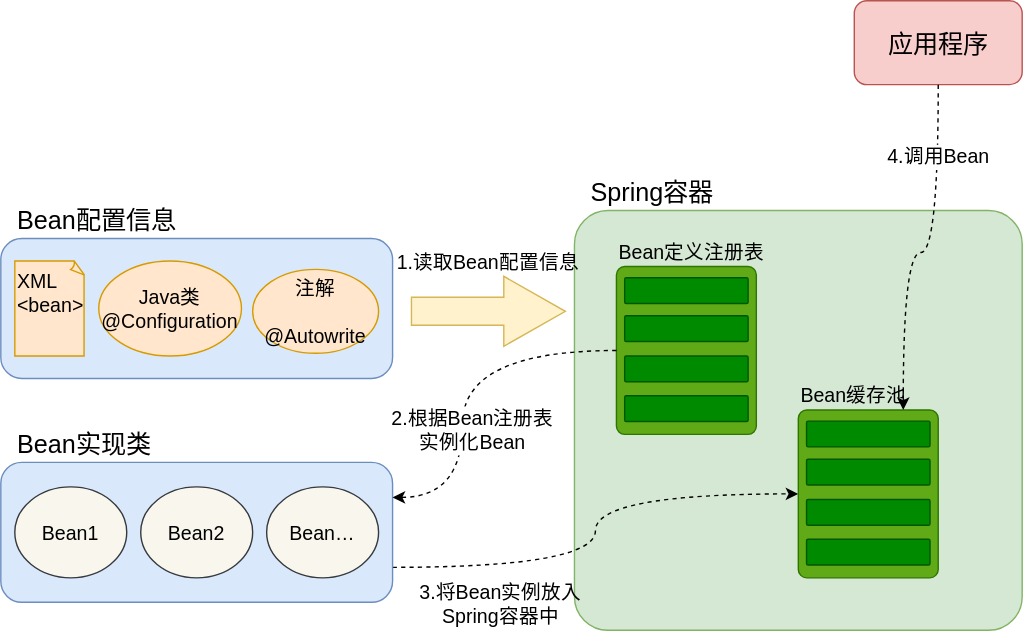
Before: Java/Spring/SpringIOC详解/SpringBean调用简图.drawio.svg, a diagram exported from draw.io (Developer-Tang/notes). Source tidied: cells renumbered, new cells last; positions are measured from the earlier drawing's top-left corner, leaving out a move shared by most shapes.
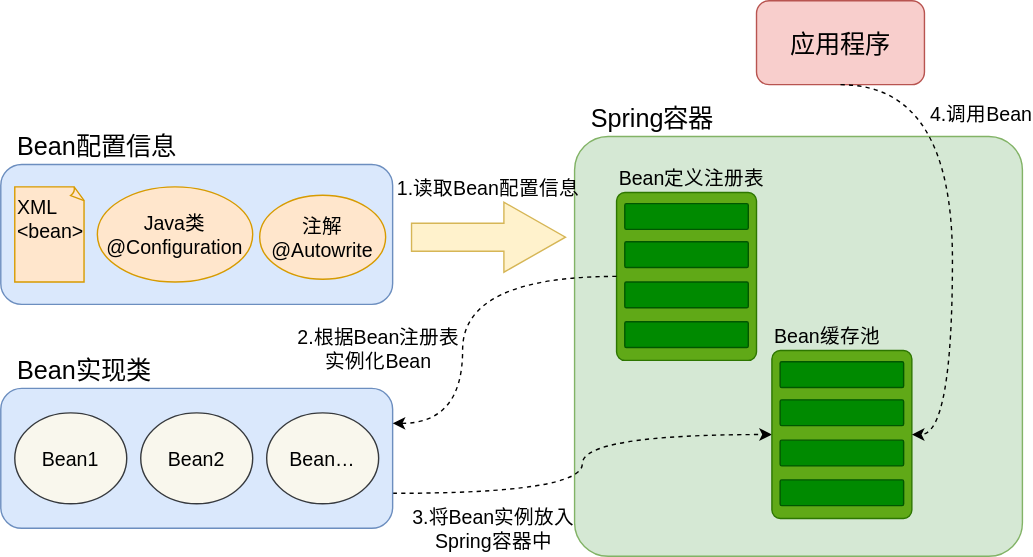
After the change.

What changed in the source:
```diff
@@ -2,13 +2,13 @@
   <root>
     <mxCell id="0" />
     <mxCell id="1" parent="0" />
-    <mxCell id="2" value="Spring容器" style="rounded=1;fontSize=18;arcSize=8;fillColor=#d5e8d4;strokeColor=#82b366;spacingLeft=10;spacingTop=-30;align=left;verticalAlign=top;" parent="1" vertex="1">
+    <mxCell id="2" value="Spring容器" style="rounded=1;fontSize=18;arcSize=8;fillColor=#d5e8d4;strokeColor=#82b366;spacingLeft=10;spacingTop=-30;align=left;verticalAlign=top;labelBackgroundColor=none;" parent="1" vertex="1">
       <mxGeometry x="410" y="150" width="320" height="300" as="geometry" />
     </mxCell>
     <mxCell id="3" value="Bean配置信息" style="rounded=1;fontSize=18;verticalAlign=top;spacingBottom=0;spacingTop=-30;labelBackgroundColor=none;fillColor=#dae8fc;strokeColor=#6c8ebf;labelBorderColor=none;horizontal=1;fontStyle=0;align=left;spacingRight=0;spacingLeft=10;" parent="1" vertex="1">
       <mxGeometry y="170" width="280" height="100" as="geometry" />
     </mxCell>
-    <mxCell id="4" style="edgeStyle=orthogonalEdgeStyle;curved=1;rounded=0;jettySize=auto;exitX=1;exitY=0.75;exitDx=0;exitDy=0;entryX=0;entryY=0.5;entryDx=0;entryDy=0;dashed=1;fontSize=14;fontColor=#000000;strokeWidth=1;" parent="1" edge="1" source="6" target="18">
+    <mxCell id="4" style="edgeStyle=orthogonalEdgeStyle;curved=1;rounded=0;jettySize=auto;exitX=1;exitY=0.75;exitDx=0;exitDy=0;entryX=0;entryY=0.5;entryDx=0;entryDy=0;dashed=1;fontSize=14;fontColor=#000000;strokeWidth=1;labelBackgroundColor=none;" parent="1" edge="1" source="6" target="18">
       <mxGeometry relative="1" as="geometry" />
     </mxCell>
     <mxCell id="5" value="3.将Bean实例放入&#10;Spring容器中" style="edgeLabel;align=center;verticalAlign=middle;fontSize=14;fontColor=#000000;labelBackgroundColor=none;" parent="4" vertex="1">
@@ -16,22 +16,22 @@
         <mxPoint x="15" y="26" as="offset" />
       </mxGeometry>
     </mxCell>
-    <mxCell id="6" value="Bean实现类" style="rounded=1;fontSize=18;spacingTop=-30;spacingLeft=10;align=left;verticalAlign=top;fillColor=#dae8fc;strokeColor=#6c8ebf;" parent="1" vertex="1">
+    <mxCell id="6" value="Bean实现类" style="rounded=1;fontSize=18;spacingTop=-30;spacingLeft=10;align=left;verticalAlign=top;fillColor=#dae8fc;strokeColor=#6c8ebf;labelBackgroundColor=none;" parent="1" vertex="1">
       <mxGeometry y="330" width="280" height="100" as="geometry" />
     </mxCell>
     <mxCell id="7" value="1.读取Bean配置信息" style="shape=singleArrow;arrowWidth=0.4;arrowSize=0.4;labelBackgroundColor=none;fontSize=14;align=center;verticalAlign=bottom;spacingTop=0;fillColor=#fff2cc;strokeColor=#d6b656;labelPosition=center;verticalLabelPosition=top;" parent="1" vertex="1">
       <mxGeometry x="293.5" y="197" width="110" height="50" as="geometry" />
     </mxCell>
-    <mxCell id="8" style="group;fontSize=14;" parent="1" vertex="1">
+    <mxCell id="8" style="group;fontSize=14;labelBackgroundColor=none;" parent="1" vertex="1">
       <mxGeometry x="440" y="190" width="100" height="120" as="geometry" />
     </mxCell>
-    <mxCell id="9" style="group;" parent="8" vertex="1">
+    <mxCell id="9" style="group;labelBackgroundColor=none;" parent="8" vertex="1">
       <mxGeometry width="100" height="120" as="geometry" />
     </mxCell>
     <mxCell id="10" value="Bean定义注册表" style="rounded=1;labelBackgroundColor=none;fontSize=14;align=left;verticalAlign=bottom;arcSize=6;fillColor=#60a917;strokeColor=#2D7600;fontColor=#000000;labelPosition=center;verticalLabelPosition=top;spacingLeft=0;" parent="9" vertex="1">
       <mxGeometry width="100" height="120" as="geometry" />
     </mxCell>
-    <mxCell id="11" style="group;" parent="9" vertex="1">
+    <mxCell id="11" style="group;labelBackgroundColor=none;" parent="9" vertex="1">
       <mxGeometry x="5.9" y="8" width="88.2" height="102.8" as="geometry" />
     </mxCell>
     <mxCell id="12" style="rounded=1;labelBackgroundColor=none;fontSize=12;align=left;verticalAlign=top;arcSize=6;fillColor=#008a00;strokeColor=#005700;fontColor=#000000;" parent="11" vertex="1">
@@ -46,16 +46,16 @@
     <mxCell id="15" style="rounded=1;labelBackgroundColor=none;fontSize=12;align=left;verticalAlign=top;arcSize=6;fillColor=#008a00;strokeColor=#005700;fontColor=#000000;" parent="11" vertex="1">
       <mxGeometry y="84.4" width="88.2" height="18.4" as="geometry" />
     </mxCell>
-    <mxCell id="16" style="group;fontSize=14;" parent="1" vertex="1">
-      <mxGeometry x="570" y="292.5" width="100" height="120" as="geometry" />
+    <mxCell id="16" style="group;fontSize=14;labelBackgroundColor=none;" parent="1" vertex="1">
+      <mxGeometry x="551" y="303" width="100" height="120" as="geometry" />
     </mxCell>
-    <mxCell id="17" style="group;" parent="16" vertex="1">
+    <mxCell id="17" style="group;labelBackgroundColor=none;" parent="16" vertex="1">
       <mxGeometry width="100" height="120" as="geometry" />
     </mxCell>
     <mxCell id="18" value="Bean缓存池" style="rounded=1;labelBackgroundColor=none;fontSize=14;align=left;verticalAlign=bottom;arcSize=6;fillColor=#60a917;strokeColor=#2D7600;fontColor=#000000;labelPosition=center;verticalLabelPosition=top;spacingLeft=0;" parent="17" vertex="1">
       <mxGeometry width="100" height="120" as="geometry" />
     </mxCell>
-    <mxCell id="19" style="group;" parent="17" vertex="1">
+    <mxCell id="19" style="group;labelBackgroundColor=none;" parent="17" vertex="1">
       <mxGeometry x="5.9" y="8" width="88.2" height="102.8" as="geometry" />
     </mxCell>
     <mxCell id="20" style="rounded=1;labelBackgroundColor=none;fontSize=12;align=left;verticalAlign=top;arcSize=6;fillColor=#008a00;strokeColor=#005700;fontColor=#000000;" parent="19" vertex="1">
@@ -74,10 +74,10 @@
       <mxGeometry x="10" y="186" width="50" height="68" as="geometry" />
     </mxCell>
     <mxCell id="25" value="Java类&#10;@Configuration" style="ellipse;labelBackgroundColor=none;fontSize=14;align=center;verticalAlign=middle;fillColor=#ffe6cc;strokeColor=#d79b00;" parent="1" vertex="1">
-      <mxGeometry x="70" y="186" width="102" height="68" as="geometry" />
+      <mxGeometry x="69" y="186" width="111" height="68" as="geometry" />
     </mxCell>
-    <mxCell id="26" value="注解&#10;&#10;@Autowrite" style="ellipse;labelBackgroundColor=none;fontSize=14;align=center;verticalAlign=middle;fillColor=#ffe6cc;strokeColor=#d79b00;" parent="1" vertex="1">
-      <mxGeometry x="180" y="192" width="90" height="60" as="geometry" />
+    <mxCell id="26" value="注解&#10;@Autowrite" style="ellipse;labelBackgroundColor=none;fontSize=14;align=center;verticalAlign=middle;fillColor=#ffe6cc;strokeColor=#d79b00;" parent="1" vertex="1">
+      <mxGeometry x="185" y="192" width="90" height="60" as="geometry" />
     </mxCell>
     <mxCell id="27" value="Bean1" style="ellipse;labelBackgroundColor=none;fontSize=14;align=center;verticalAlign=middle;fillColor=#f9f7ed;strokeColor=#36393d;" parent="1" vertex="1">
       <mxGeometry x="10" y="347.5" width="80" height="65" as="geometry" />
@@ -88,10 +88,7 @@
     <mxCell id="29" value="Bean…" style="ellipse;labelBackgroundColor=none;fontSize=14;align=center;verticalAlign=middle;fillColor=#f9f7ed;strokeColor=#36393d;" parent="1" vertex="1">
       <mxGeometry x="190" y="347.5" width="80" height="65" as="geometry" />
     </mxCell>
-    <mxCell id="30" style="edgeStyle=orthogonalEdgeStyle;rounded=0;jettySize=auto;exitX=0;exitY=0.5;exitDx=0;exitDy=0;entryX=0.75;entryY=0;entryDx=0;entryDy=0;fontSize=14;fontColor=#000000;strokeColor=none;curved=1;dashed=1;strokeWidth=3;" parent="1" edge="1" source="10" target="6">
-      <mxGeometry relative="1" as="geometry" />
-    </mxCell>
-    <mxCell id="31" style="edgeStyle=orthogonalEdgeStyle;curved=1;rounded=0;jettySize=auto;exitX=0;exitY=0.5;exitDx=0;exitDy=0;entryX=1;entryY=0.25;entryDx=0;entryDy=0;dashed=1;fontSize=14;fontColor=#000000;strokeWidth=1;" parent="1" edge="1" source="10" target="6">
+    <mxCell id="31" style="edgeStyle=orthogonalEdgeStyle;curved=1;rounded=0;jettySize=auto;exitX=0;exitY=0.5;exitDx=0;exitDy=0;entryX=1;entryY=0.25;entryDx=0;entryDy=0;dashed=1;fontSize=14;fontColor=#000000;strokeWidth=1;labelBackgroundColor=none;" parent="1" edge="1" source="10" target="6">
       <mxGeometry relative="1" as="geometry">
         <Array as="points">
           <mxPoint x="330" y="250" />
@@ -99,25 +96,25 @@
         </Array>
       </mxGeometry>
     </mxCell>
-    <mxCell id="32" value="2.根据Bean注册表&#10;实例化Bean" style="edgeLabel;align=center;verticalAlign=middle;fontSize=14;fontColor=#000000;" parent="31" vertex="1">
+    <mxCell id="32" value="2.根据Bean注册表&#10;实例化Bean" style="edgeLabel;align=center;verticalAlign=middle;fontSize=14;fontColor=#000000;labelBackgroundColor=none;" parent="31" vertex="1">
       <mxGeometry x="0.13" y="-7" relative="1" as="geometry">
-        <mxPoint x="14" y="17" as="offset" />
+        <mxPoint x="-53" y="12" as="offset" />
       </mxGeometry>
     </mxCell>
-    <mxCell id="33" value="应用程序" style="rounded=1;fillColor=#f8cecc;strokeColor=#b85450;fontSize=18;fontStyle=0;" parent="1" vertex="1">
-      <mxGeometry x="610" width="120" height="60" as="geometry" />
+    <mxCell id="33" value="应用程序" style="rounded=1;fillColor=#f8cecc;strokeColor=#b85450;fontSize=18;fontStyle=0;labelBackgroundColor=none;" parent="1" vertex="1">
+      <mxGeometry x="540" y="53" width="120" height="60" as="geometry" />
     </mxCell>
-    <mxCell id="34" style="edgeStyle=orthogonalEdgeStyle;curved=1;rounded=0;jettySize=auto;exitX=0.5;exitY=1;exitDx=0;exitDy=0;entryX=0.75;entryY=0;entryDx=0;entryDy=0;dashed=1;fontSize=14;fontColor=#000000;strokeWidth=1;" parent="1" edge="1" source="33" target="18">
+    <mxCell id="34" style="edgeStyle=orthogonalEdgeStyle;curved=1;rounded=0;jettySize=auto;exitX=0.5;exitY=1;exitDx=0;exitDy=0;dashed=1;fontSize=14;fontColor=#000000;strokeWidth=1;entryX=1;entryY=0.5;entryDx=0;entryDy=0;labelBackgroundColor=none;" parent="1" edge="1" source="33" target="18">
       <mxGeometry relative="1" as="geometry">
         <Array as="points">
-          <mxPoint x="670" y="180" />
-          <mxPoint x="645" y="180" />
+          <mxPoint x="680" y="113" />
+          <mxPoint x="680" y="363" />
         </Array>
       </mxGeometry>
     </mxCell>
-    <mxCell id="35" value="4.调用Bean" style="edgeLabel;align=center;verticalAlign=middle;fontSize=14;fontColor=#000000;" parent="34" vertex="1">
+    <mxCell id="35" value="4.调用Bean" style="edgeLabel;align=center;verticalAlign=middle;fontSize=14;fontColor=#000000;labelBackgroundColor=none;" parent="34" vertex="1">
       <mxGeometry x="-0.74" y="-1" relative="1" as="geometry">
-        <mxPoint x="1" y="16" as="offset" />
+        <mxPoint x="53" y="19" as="offset" />
       </mxGeometry>
     </mxCell>
   </root>
```
